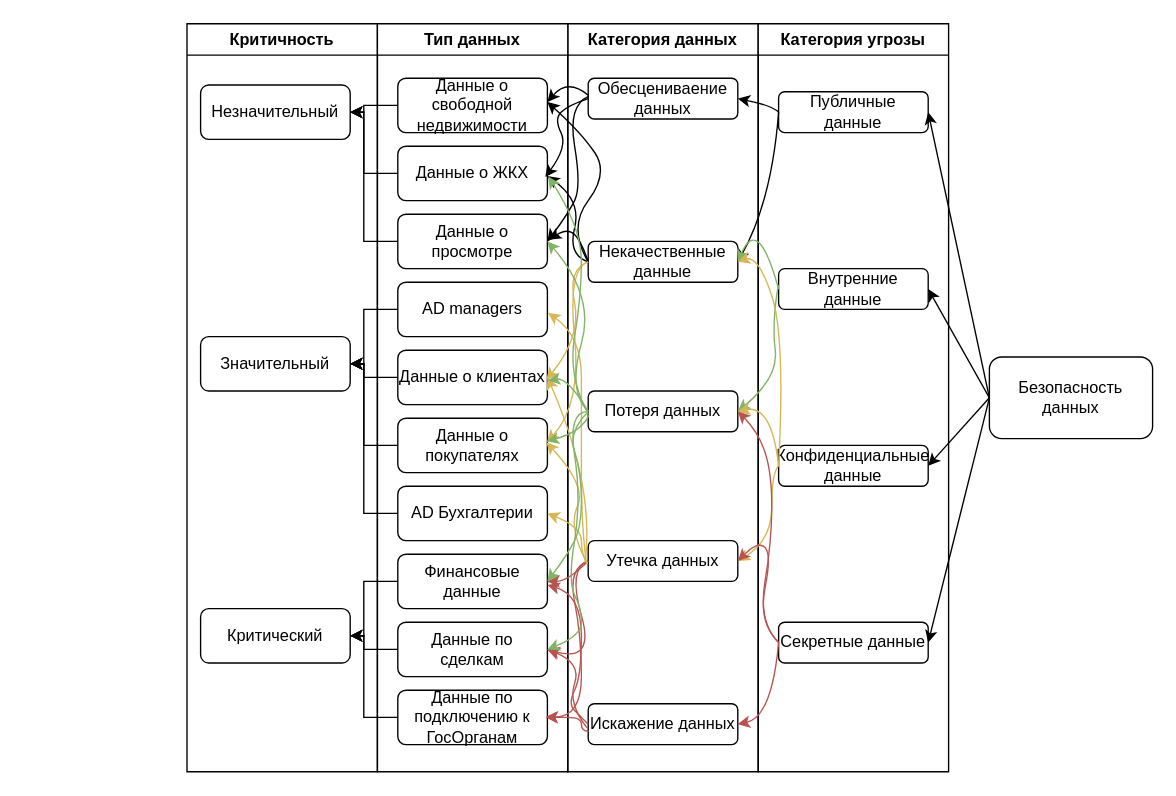
Before: Task1/mindmap.drawio in AlexanderTikhonovB/architecture-propdevelopment, a draw.io diagram. Source tidied: cells renumbered, new cells numbered last; positions are measured from the earlier drawing's top-left corner, leaving out a move shared by most shapes. Both pictures are drawn from the tidied source at 136%, with x=0, y=0 at pixel (186, 23).
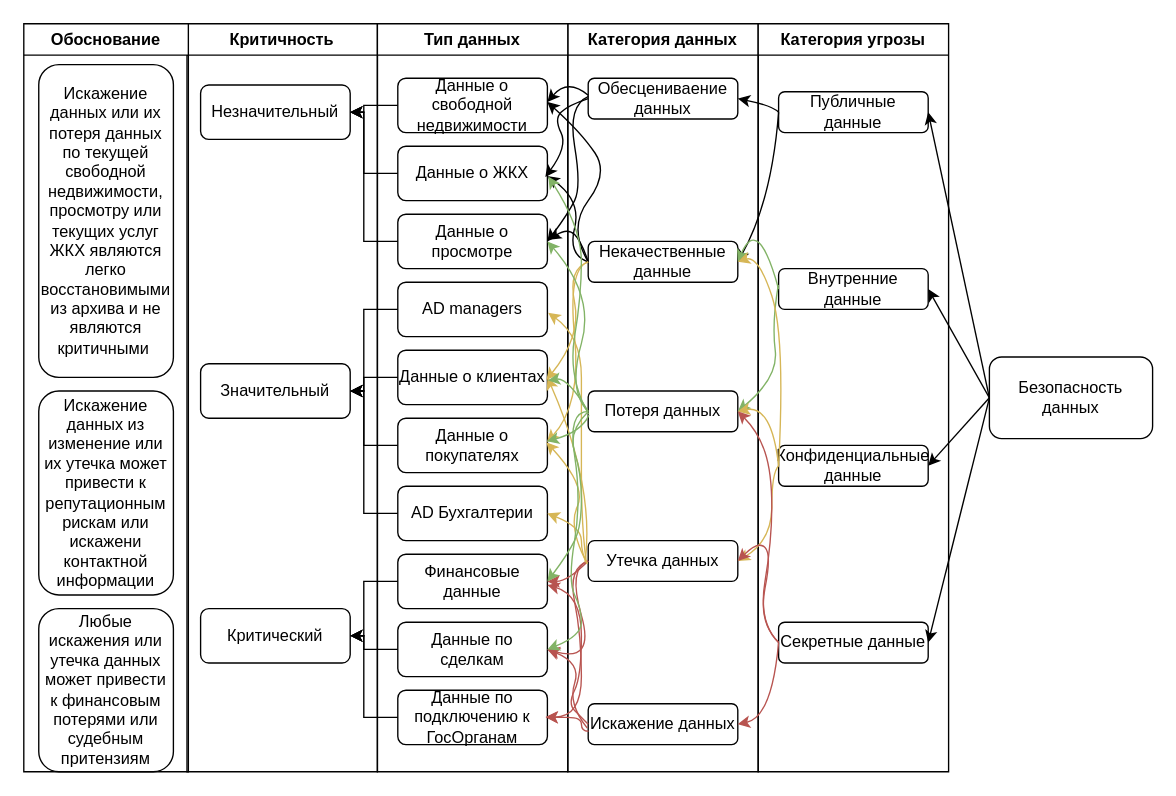
The same page after the edit.

Unchanged cells that the change refers to:
```xml
<mxCell id="2" value="Критичность" style="swimlane;whiteSpace=wrap;html=1;" parent="1" vertex="1">
  <mxGeometry width="140" height="550" as="geometry" />
</mxCell>
<mxCell id="15" value="Данные о клиентах" style="rounded=1;whiteSpace=wrap;html=1;" parent="13" vertex="1">
  <mxGeometry x="15" y="240" width="110" height="40" as="geometry" />
</mxCell>
<mxCell id="18" value="Данные о покупателях" style="rounded=1;whiteSpace=wrap;html=1;" parent="13" vertex="1">
  <mxGeometry x="15" y="290" width="110" height="40" as="geometry" />
</mxCell>
<mxCell id="19" value="AD managers" style="rounded=1;whiteSpace=wrap;html=1;" parent="13" vertex="1">
  <mxGeometry x="15" y="190" width="110" height="40" as="geometry" />
</mxCell>
<mxCell id="20" value="AD Бухгалтерии" style="rounded=1;whiteSpace=wrap;html=1;" parent="13" vertex="1">
  <mxGeometry x="15" y="340" width="110" height="40" as="geometry" />
</mxCell>
```

Diff of the diagram source:
```diff
@@
     <mxCell id="4" value="Значительный" style="rounded=1;whiteSpace=wrap;html=1;" parent="2" vertex="1">
-      <mxGeometry x="10" y="230" width="110" height="40" as="geometry" />
+      <mxGeometry x="10" y="250" width="110" height="40" as="geometry" />
     </mxCell>
@@
     <mxCell id="66" style="endArrow=classic;html=1;rounded=0;exitX=0;exitY=0.5;exitDx=0;exitDy=0;entryX=1;entryY=0.5;entryDx=0;entryDy=0;" parent="1" edge="1" source="15" target="4">
       <mxGeometry relative="1" as="geometry">
         <Array as="points">
           <mxPoint x="130" y="260" />
-          <mxPoint x="130" y="250" />
+          <mxPoint x="130" y="270" />
         </Array>
       </mxGeometry>
     </mxCell>
     <mxCell id="67" style="endArrow=classic;html=1;rounded=0;exitX=0;exitY=0.5;exitDx=0;exitDy=0;entryX=1;entryY=0.5;entryDx=0;entryDy=0;" parent="1" edge="1" source="18" target="4">
       <mxGeometry relative="1" as="geometry">
         <Array as="points">
           <mxPoint x="130" y="310" />
-          <mxPoint x="130" y="250" />
+          <mxPoint x="130" y="270" />
         </Array>
       </mxGeometry>
     </mxCell>
     <mxCell id="68" style="endArrow=classic;html=1;rounded=0;exitX=0;exitY=0.5;exitDx=0;exitDy=0;entryX=1;entryY=0.5;entryDx=0;entryDy=0;" parent="1" edge="1" source="20" target="4">
       <mxGeometry relative="1" as="geometry">
         <Array as="points">
           <mxPoint x="130" y="360" />
-          <mxPoint x="130" y="250" />
+          <mxPoint x="130" y="270" />
         </Array>
       </mxGeometry>
     </mxCell>
-    <mxCell id="69" style="endArrow=classic;html=1;rounded=0;exitX=0;exitY=0.5;exitDx=0;exitDy=0;" parent="1" edge="1" source="19">
+    <mxCell id="69" style="endArrow=classic;html=1;rounded=0;exitX=0;exitY=0.5;exitDx=0;exitDy=0;entryX=1;entryY=0.5;entryDx=0;entryDy=0;" parent="1" edge="1" source="19" target="4">
       <mxGeometry relative="1" as="geometry">
-        <mxPoint x="120" y="250" as="targetPoint" />
         <Array as="points">
           <mxPoint x="130" y="210" />
-          <mxPoint x="130" y="250" />
+          <mxPoint x="130" y="270" />
         </Array>
       </mxGeometry>
     </mxCell>
@@
+    <mxCell id="77" value="Обоснование" style="swimlane;whiteSpace=wrap;html=1;" parent="1" vertex="1">
+      <mxGeometry x="-120" width="121" height="550" as="geometry" />
+    </mxCell>
+    <mxCell id="78" value="Искажение данных или их потеря данных по текущей свободной недвижимости, просмотру или текущих услуг ЖКХ являются легко восстановимыми из архива и не являются критичными&amp;nbsp;" style="rounded=1;whiteSpace=wrap;html=1;" parent="77" vertex="1">
+      <mxGeometry x="11" y="30" width="99" height="230" as="geometry" />
+    </mxCell>
+    <mxCell id="79" value="Искажение данных из изменение или их утечка может привести к репутационным рискам или искажени контактной информации" style="rounded=1;whiteSpace=wrap;html=1;" parent="77" vertex="1">
+      <mxGeometry x="11" y="270" width="99" height="150" as="geometry" />
+    </mxCell>
+    <mxCell id="80" value="Любые искажения или утечка данных может привести к финансовым потерями или судебным притензиям" style="rounded=1;whiteSpace=wrap;html=1;" parent="77" vertex="1">
+      <mxGeometry x="11" y="430" width="99" height="120" as="geometry" />
+    </mxCell>
```
